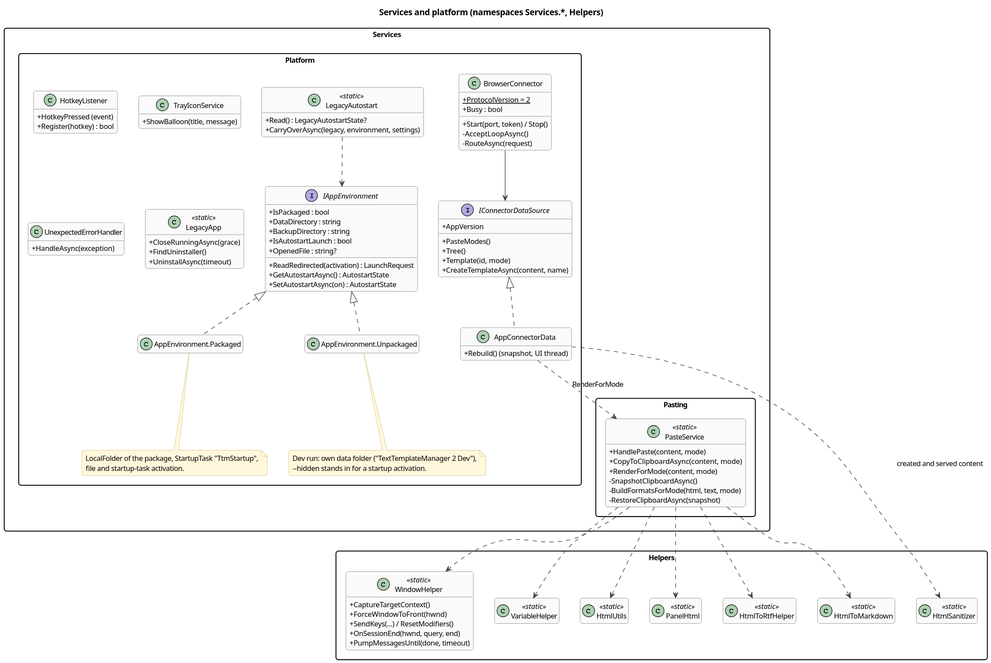
Earlier version of the PlantUML export docs/architecture/diagrams/class-services.svg (halatsWol/TextTemplateManager-v2).
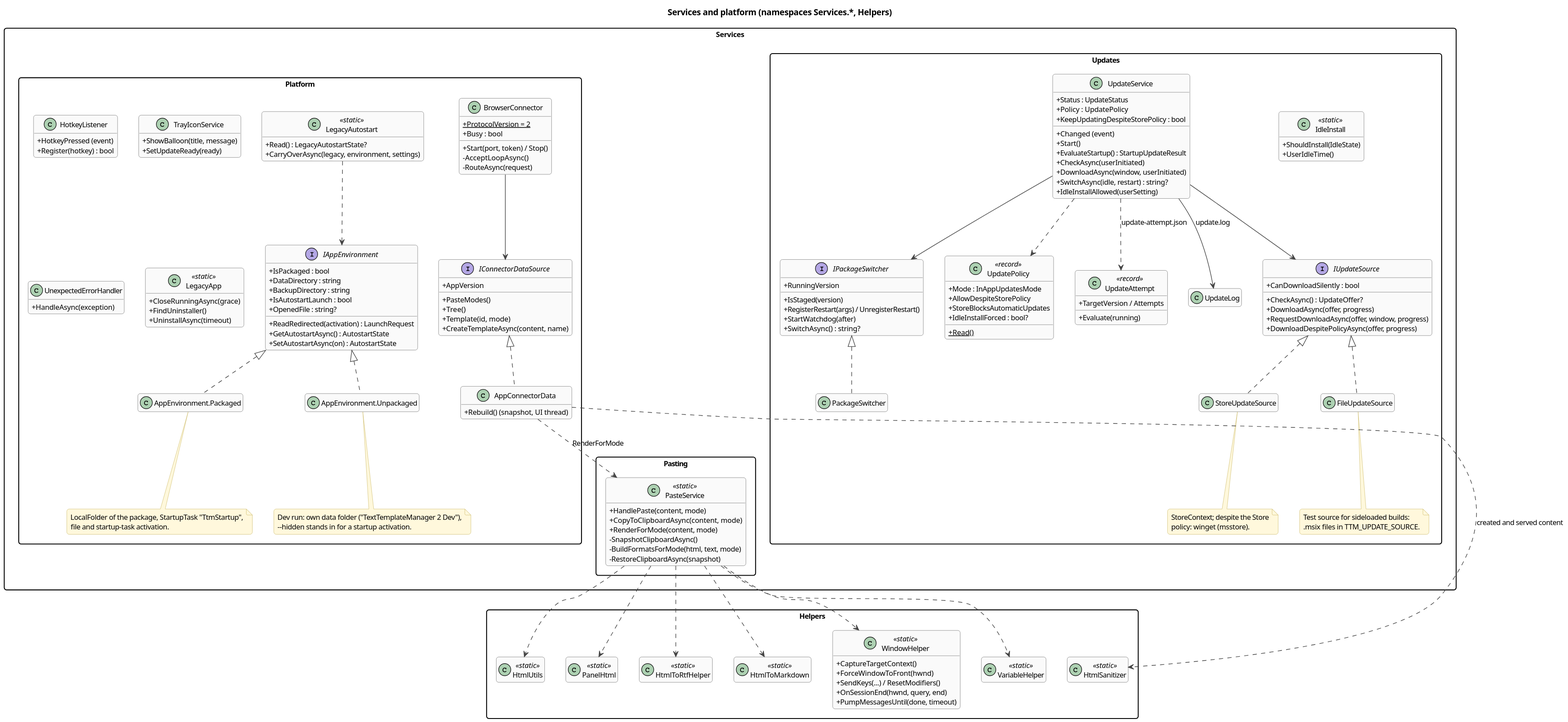
The same file after the commit.

Diff of the diagram source:
```diff
@@ -32,6 +32,7 @@
   }
   class TrayIconService {
     +ShowBalloon(title, message)
+    +SetUpdateReady(ready)
   }
   class UnexpectedErrorHandler {
     +HandleAsync(exception)
@@ -78,6 +79,70 @@
   }
 }
 
+package "Services.Updates" {
+  class UpdateService {
+    +Status : UpdateStatus
+    +Policy : UpdatePolicy
+    +Changed (event)
+    +Start()
+    +EvaluateStartup() : StartupUpdateResult
+    +CheckAsync(userInitiated)
+    +DownloadAsync(window, userInitiated)
+    +SwitchAsync(idle, restart) : string?
+    +IdleInstallAllowed(userSetting)
+    +KeepUpdatingDespiteStorePolicy : bool
+  }
+  interface IUpdateSource {
+    +CheckAsync() : UpdateOffer?
+    +CanDownloadSilently : bool
+    +DownloadAsync(offer, progress)
+    +RequestDownloadAsync(offer, window, progress)
+    +DownloadDespitePolicyAsync(offer, progress)
+  }
+  class StoreUpdateSource
+  class FileUpdateSource
+  IUpdateSource <|.. StoreUpdateSource
+  IUpdateSource <|.. FileUpdateSource
+  note bottom of StoreUpdateSource
+    StoreContext; despite the Store
+    policy: winget (msstore).
+  end note
+  note bottom of FileUpdateSource
+    Test source for sideloaded builds:
+    .msix files in TTM_UPDATE_SOURCE.
+  end note
+  interface IPackageSwitcher {
+    +RunningVersion
+    +IsStaged(version)
+    +RegisterRestart(args) / UnregisterRestart()
+    +StartWatchdog(after)
+    +SwitchAsync() : string?
+  }
+  class PackageSwitcher
+  IPackageSwitcher <|.. PackageSwitcher
+  class UpdatePolicy <<record>> {
+    +Mode : InAppUpdatesMode
+    +AllowDespiteStorePolicy
+    +StoreBlocksAutomaticUpdates
+    +IdleInstallForced : bool?
+    +{static} Read()
+  }
+  class UpdateAttempt <<record>> {
+    +TargetVersion / Attempts
+    +Evaluate(running)
+  }
+  class UpdateLog
+  class IdleInstall <<static>> {
+    +ShouldInstall(IdleState)
+    +UserIdleTime()
+  }
+  UpdateService --> IUpdateSource
+  UpdateService --> IPackageSwitcher
+  UpdateService ..> UpdatePolicy
+  UpdateService ..> UpdateAttempt : update-attempt.json
+  UpdateService --> UpdateLog : update.log
+}
+
 package "Helpers" {
   class WindowHelper <<static>> {
     +CaptureTargetContext()
```
